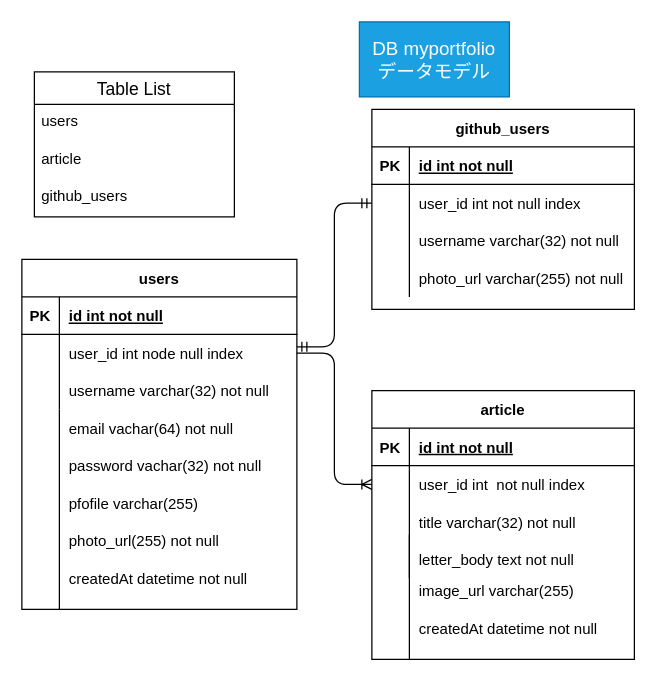
Above: db.dio in hirohana/technologypost-backend (draw.io), before the change. Source tidied: cells renumbered, new cells numbered last; positions are measured from the earlier drawing's top-left corner, leaving out a move shared by most shapes. Both pictures are drawn from the tidied source at 125%, with x=0, y=0 at pixel (21, 21).
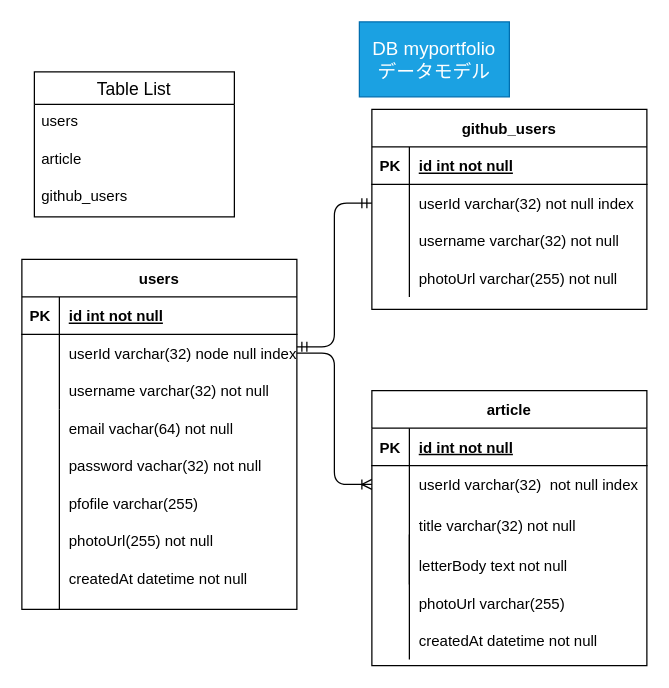
The same page after the edit.

The change refers to these unchanged cells:
```xml
<mxCell id="6" style="shape=partialRectangle;fillColor=none;top=0;left=0;bottom=0;right=0;points=[[0,0.5],[1,0.5]];portConstraint=eastwest;" parent="2" vertex="1">
  <mxGeometry y="60" width="220" height="30" as="geometry" />
</mxCell>
```

Change to the diagram source:
```diff
@@
-    <mxCell id="8" value="user_id int node null index" style="shape=partialRectangle;fillColor=none;top=0;left=0;bottom=0;right=0;align=left;spacingLeft=6;overflow=hidden;" parent="6" vertex="1">
+    <mxCell id="8" value="userId varchar(32) node null index" style="shape=partialRectangle;fillColor=none;top=0;left=0;bottom=0;right=0;align=left;spacingLeft=6;overflow=hidden;" parent="6" vertex="1">
       <mxGeometry x="30" width="190" height="30" as="geometry" />
     </mxCell>
@@
     <mxCell id="13" value="github_users" style="shape=table;startSize=30;childLayout=tableLayout;rowLines=0;fontStyle=1;align=center;" parent="1" vertex="1">
-      <mxGeometry x="280" y="70" width="210" height="160" as="geometry" />
+      <mxGeometry x="280" y="70" width="220" height="160" as="geometry" />
     </mxCell>
     <mxCell id="14" style="shape=partialRectangle;fillColor=none;top=0;left=0;bottom=1;right=0;" parent="13" vertex="1">
-      <mxGeometry y="30" width="210" height="30" as="geometry" />
+      <mxGeometry y="30" width="220" height="30" as="geometry" />
     </mxCell>
@@
     <mxCell id="16" value="id int not null" style="shape=partialRectangle;fillColor=none;top=0;left=0;bottom=0;right=0;align=left;spacingLeft=6;fontStyle=5;overflow=hidden;" parent="14" vertex="1">
-      <mxGeometry x="30" width="180" height="30" as="geometry" />
+      <mxGeometry x="30" width="190" height="30" as="geometry" />
     </mxCell>
     <mxCell id="17" style="shape=partialRectangle;fillColor=none;top=0;left=0;bottom=0;right=0;points=[[0,0.5],[1,0.5]];portConstraint=eastwest;" parent="13" vertex="1">
-      <mxGeometry y="60" width="210" height="30" as="geometry" />
+      <mxGeometry y="60" width="220" height="30" as="geometry" />
     </mxCell>
@@
-    <mxCell id="19" value="user_id int not null index" style="shape=partialRectangle;fillColor=none;top=0;left=0;bottom=0;right=0;align=left;spacingLeft=6;overflow=hidden;" parent="17" vertex="1">
-      <mxGeometry x="30" width="180" height="30" as="geometry" />
+    <mxCell id="19" value="userId varchar(32) not null index" style="shape=partialRectangle;fillColor=none;top=0;left=0;bottom=0;right=0;align=left;spacingLeft=6;overflow=hidden;" parent="17" vertex="1">
+      <mxGeometry x="30" width="190" height="30" as="geometry" />
     </mxCell>
     <mxCell id="20" style="shape=partialRectangle;fillColor=none;top=0;left=0;bottom=0;right=0;" parent="13" vertex="1">
-      <mxGeometry y="90" width="210" height="30" as="geometry" />
+      <mxGeometry y="90" width="220" height="30" as="geometry" />
     </mxCell>
@@
     <mxCell id="22" value="username varchar(32) not null" style="shape=partialRectangle;fillColor=none;top=0;left=0;bottom=0;right=0;align=left;spacingLeft=6;overflow=hidden;" parent="20" vertex="1">
-      <mxGeometry x="30" width="180" height="30" as="geometry" />
+      <mxGeometry x="30" width="190" height="30" as="geometry" />
     </mxCell>
     <mxCell id="23" style="shape=partialRectangle;fillColor=none;top=0;left=0;bottom=0;right=0;" parent="13" vertex="1">
-      <mxGeometry y="120" width="210" height="30" as="geometry" />
+      <mxGeometry y="120" width="220" height="30" as="geometry" />
     </mxCell>
@@
-    <mxCell id="25" value="photo_url varchar(255) not null" style="shape=partialRectangle;fillColor=none;top=0;left=0;bottom=0;right=0;align=left;spacingLeft=6;overflow=hidden;" parent="23" vertex="1">
-      <mxGeometry x="30" width="180" height="30" as="geometry" />
+    <mxCell id="25" value="photoUrl varchar(255) not null" style="shape=partialRectangle;fillColor=none;top=0;left=0;bottom=0;right=0;align=left;spacingLeft=6;overflow=hidden;" parent="23" vertex="1">
+      <mxGeometry x="30" width="190" height="30" as="geometry" />
     </mxCell>
     <mxCell id="26" value="article" style="shape=table;startSize=30;childLayout=tableLayout;rowLines=0;fontStyle=1;align=center;" parent="1" vertex="1">
-      <mxGeometry x="280" y="295" width="210" height="215" as="geometry" />
+      <mxGeometry x="280" y="295" width="220" height="220" as="geometry" />
     </mxCell>
     <mxCell id="27" style="shape=partialRectangle;fillColor=none;top=0;left=0;bottom=1;right=0;" parent="26" vertex="1">
-      <mxGeometry y="30" width="210" height="30" as="geometry" />
+      <mxGeometry y="30" width="220" height="30" as="geometry" />
     </mxCell>
@@
     <mxCell id="29" value="id int not null" style="shape=partialRectangle;fillColor=none;top=0;left=0;bottom=0;right=0;align=left;spacingLeft=6;fontStyle=5;overflow=hidden;" parent="27" vertex="1">
-      <mxGeometry x="30" width="180" height="30" as="geometry" />
+      <mxGeometry x="30" width="190" height="30" as="geometry" />
     </mxCell>
     <mxCell id="30" style="shape=partialRectangle;fillColor=none;top=0;left=0;bottom=0;right=0;points=[[0,0.5],[1,0.5]];portConstraint=eastwest;" parent="26" vertex="1">
-      <mxGeometry y="60" width="210" height="30" as="geometry" />
+      <mxGeometry y="60" width="220" height="30" as="geometry" />
     </mxCell>
@@
-    <mxCell id="32" value="user_id int  not null index" style="shape=partialRectangle;fillColor=none;top=0;left=0;bottom=0;right=0;align=left;spacingLeft=6;overflow=hidden;" parent="30" vertex="1">
-      <mxGeometry x="30" width="180" height="30" as="geometry" />
+    <mxCell id="32" value="userId varchar(32)  not null index" style="shape=partialRectangle;fillColor=none;top=0;left=0;bottom=0;right=0;align=left;spacingLeft=6;overflow=hidden;" parent="30" vertex="1">
+      <mxGeometry x="30" width="190" height="30" as="geometry" />
     </mxCell>
     <mxCell id="33" style="shape=partialRectangle;fillColor=none;top=0;left=0;bottom=0;right=0;" parent="26" vertex="1">
-      <mxGeometry y="90" width="210" height="30" as="geometry" />
+      <mxGeometry y="90" width="220" height="35" as="geometry" />
     </mxCell>
     <mxCell id="34" style="shape=partialRectangle;fillColor=none;top=0;left=0;bottom=0;right=0;overflow=hidden;" parent="33" vertex="1">
-      <mxGeometry width="30" height="30" as="geometry" />
+      <mxGeometry width="30" height="35" as="geometry" />
     </mxCell>
     <mxCell id="35" value="title varchar(32) not null" style="shape=partialRectangle;fillColor=none;top=0;left=0;bottom=0;right=0;align=left;spacingLeft=6;overflow=hidden;" parent="33" vertex="1">
-      <mxGeometry x="30" width="180" height="30" as="geometry" />
+      <mxGeometry x="30" width="190" height="35" as="geometry" />
     </mxCell>
     <mxCell id="36" style="shape=partialRectangle;fillColor=none;top=0;left=0;bottom=0;right=0;" parent="26" vertex="1">
-      <mxGeometry y="120" width="210" height="30" as="geometry" />
+      <mxGeometry y="125" width="220" height="30" as="geometry" />
     </mxCell>
@@
-    <mxCell id="38" value="letter_body text not null" style="shape=partialRectangle;fillColor=none;top=0;left=0;bottom=0;right=0;align=left;spacingLeft=6;overflow=hidden;" parent="36" vertex="1">
-      <mxGeometry x="30" width="180" height="30" as="geometry" />
+    <mxCell id="38" value="letterBody text not null" style="shape=partialRectangle;fillColor=none;top=0;left=0;bottom=0;right=0;align=left;spacingLeft=6;overflow=hidden;" parent="36" vertex="1">
+      <mxGeometry x="30" width="190" height="30" as="geometry" />
     </mxCell>
     <mxCell id="39" style="shape=partialRectangle;fillColor=none;top=0;left=0;bottom=0;right=0;" parent="1" vertex="1">
-      <mxGeometry x="280" y="470" width="190" height="30" as="geometry" />
+      <mxGeometry x="280" y="480" width="190" height="30" as="geometry" />
     </mxCell>
@@
     <mxCell id="42" style="shape=partialRectangle;fillColor=none;top=0;left=0;bottom=0;right=0;" parent="1" vertex="1">
-      <mxGeometry x="280" y="440" width="180" height="30" as="geometry" />
+      <mxGeometry x="280" y="450" width="180" height="30" as="geometry" />
     </mxCell>
@@
-    <mxCell id="44" value="image_url varchar(255)" style="shape=partialRectangle;fillColor=none;top=0;left=0;bottom=0;right=0;align=left;spacingLeft=6;overflow=hidden;" parent="42" vertex="1">
+    <mxCell id="44" value="photoUrl varchar(255)" style="shape=partialRectangle;fillColor=none;top=0;left=0;bottom=0;right=0;align=left;spacingLeft=6;overflow=hidden;" parent="42" vertex="1">
       <mxGeometry x="30" width="150" height="30" as="geometry" />
     </mxCell>
@@
-    <mxCell id="56" value="photo_url(255) not null" style="shape=partialRectangle;fillColor=none;top=0;left=0;bottom=0;right=0;align=left;spacingLeft=6;overflow=hidden;" parent="1" vertex="1">
+    <mxCell id="56" value="photoUrl(255) not null" style="shape=partialRectangle;fillColor=none;top=0;left=0;bottom=0;right=0;align=left;spacingLeft=6;overflow=hidden;" parent="1" vertex="1">
       <mxGeometry x="30" y="400" width="190" height="30" as="geometry" />
     </mxCell>
```
